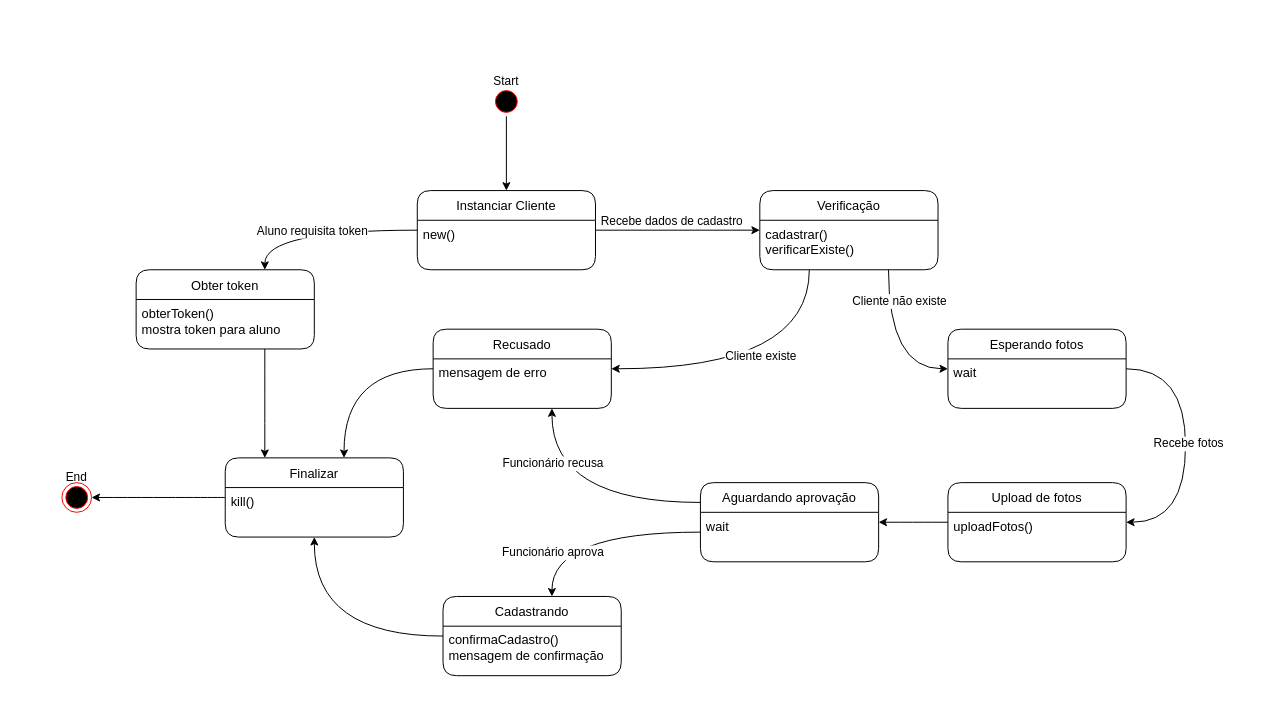
Above: diagramaEstados/EstadosAluno.drawio in EijiDogen/BrainForHire (draw.io), before the change. Source tidied: cells renumbered, new cells numbered last; positions are measured from the earlier drawing's top-left corner, leaving out a move shared by most shapes. Both pictures are drawn from the tidied source at 99%, with x=0, y=0 at pixel (47, 66).
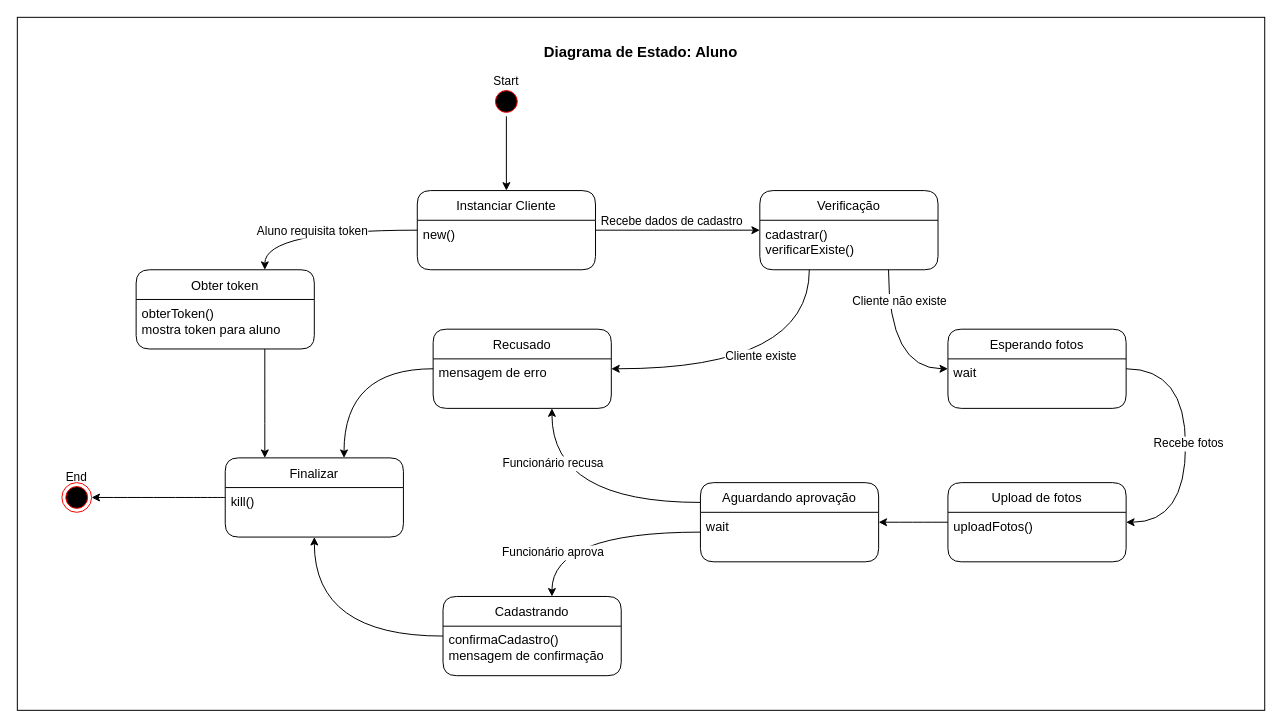
The same page after the edit.

The edit, as a diff of the source:
```diff
@@
+    <mxCell id="46" parent="0" />
+    <mxCell id="47" style="rounded=0;whiteSpace=wrap;html=1;fontSize=15;" parent="46" vertex="1">
+      <mxGeometry x="-30" y="-50" width="1260" height="700" as="geometry" />
+    </mxCell>
+    <mxCell id="48" value="Diagrama de Estado: Aluno" style="text;html=1;strokeColor=none;fillColor=none;align=center;verticalAlign=middle;whiteSpace=wrap;rounded=0;fontSize=15;fontStyle=1;" parent="46" vertex="1">
+      <mxGeometry x="465" y="-30" width="270" height="30" as="geometry" />
+    </mxCell>
```
